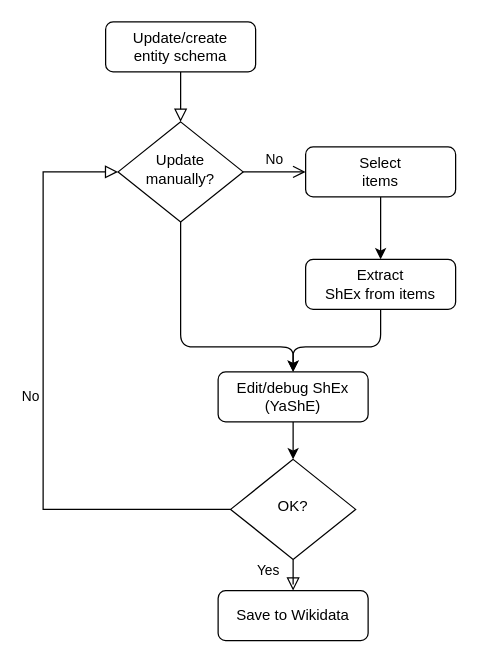
Before: ShExFlow.drawio in labratests/wikidata_covid19, a draw.io diagram. Source tidied: cells renumbered, new cells numbered last; positions are measured from the earlier drawing's top-left corner, leaving out a move shared by most shapes. Both pictures are drawn from the tidied source at 125%, with x=0, y=0 at pixel (42, 21).
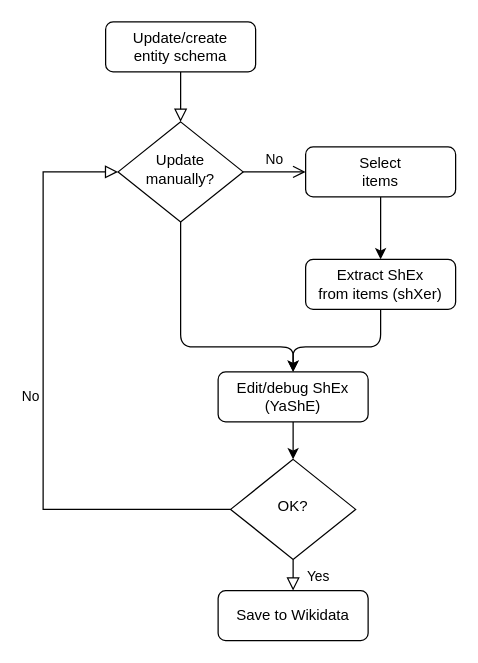
The same diagram, later.

The change refers to these unchanged cells:
```xml
<mxCell id="14" value="OK?" style="rhombus;whiteSpace=wrap;html=1;shadow=0;fontFamily=Helvetica;fontSize=12;align=center;strokeWidth=1;spacing=6;spacingTop=-4;" parent="1" vertex="1">
  <mxGeometry x="150" y="350" width="100" height="80" as="geometry" />
</mxCell>
<mxCell id="16" value="Save to Wikidata" style="rounded=1;whiteSpace=wrap;html=1;fontSize=12;glass=0;strokeWidth=1;shadow=0;" parent="1" vertex="1">
  <mxGeometry x="140" y="455" width="120" height="40" as="geometry" />
</mxCell>
```

Change to the diagram source:
```diff
@@
-    <mxCell id="7" value="Extract&lt;br&gt;ShEx from items" style="rounded=1;whiteSpace=wrap;html=1;fontSize=12;glass=0;strokeWidth=1;shadow=0;" parent="1" vertex="1">
+    <mxCell id="7" value="Extract ShEx &lt;br&gt;from items (shXer)" style="rounded=1;whiteSpace=wrap;html=1;fontSize=12;glass=0;strokeWidth=1;shadow=0;" parent="1" vertex="1">
       <mxGeometry x="210" y="190" width="120" height="40" as="geometry" />
     </mxCell>
@@
     <mxCell id="12" value="Yes" style="rounded=0;html=1;jettySize=auto;fontSize=11;endArrow=block;endFill=0;endSize=8;strokeWidth=1;shadow=0;labelBackgroundColor=none;edgeStyle=orthogonalEdgeStyle;entryX=0.5;entryY=0;entryDx=0;entryDy=0;" parent="1" edge="1" source="14" target="16">
-      <mxGeometry x="0.11" y="20" relative="1" as="geometry" />
+      <mxGeometry x="0.11" y="20" relative="1" as="geometry">
+        <Array as="points">
+          <mxPoint x="200" y="440" />
+          <mxPoint x="200" y="440" />
+        </Array>
+      </mxGeometry>
     </mxCell>
```
